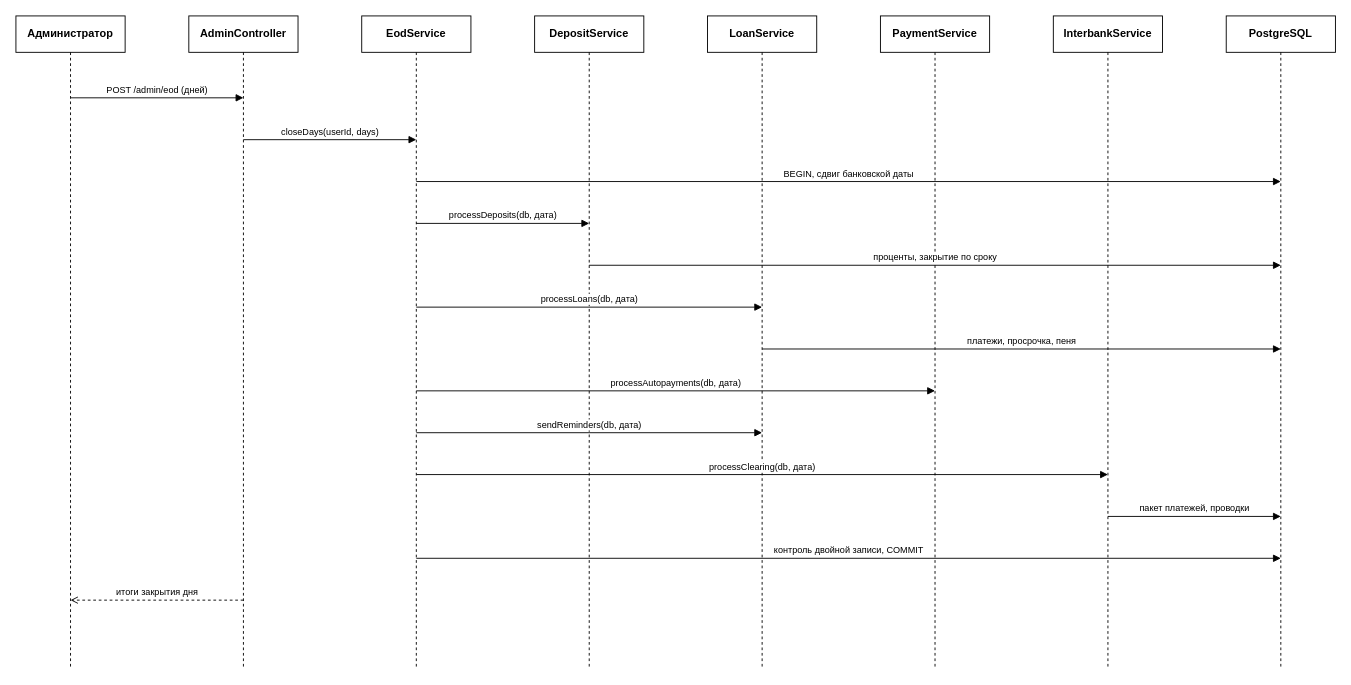
Above: page "Закрытие операционного дня" (3 of 3) of docs/diagrams/sequence.drawio in vladmeshkov/js-course-work (draw.io), before the change. Source tidied: cells renumbered, new cells numbered last; positions are measured from the earlier drawing's top-left corner, leaving out a move shared by most shapes. Both pictures are drawn from the tidied source at 91%, with x=0, y=0 at pixel (15, 15).
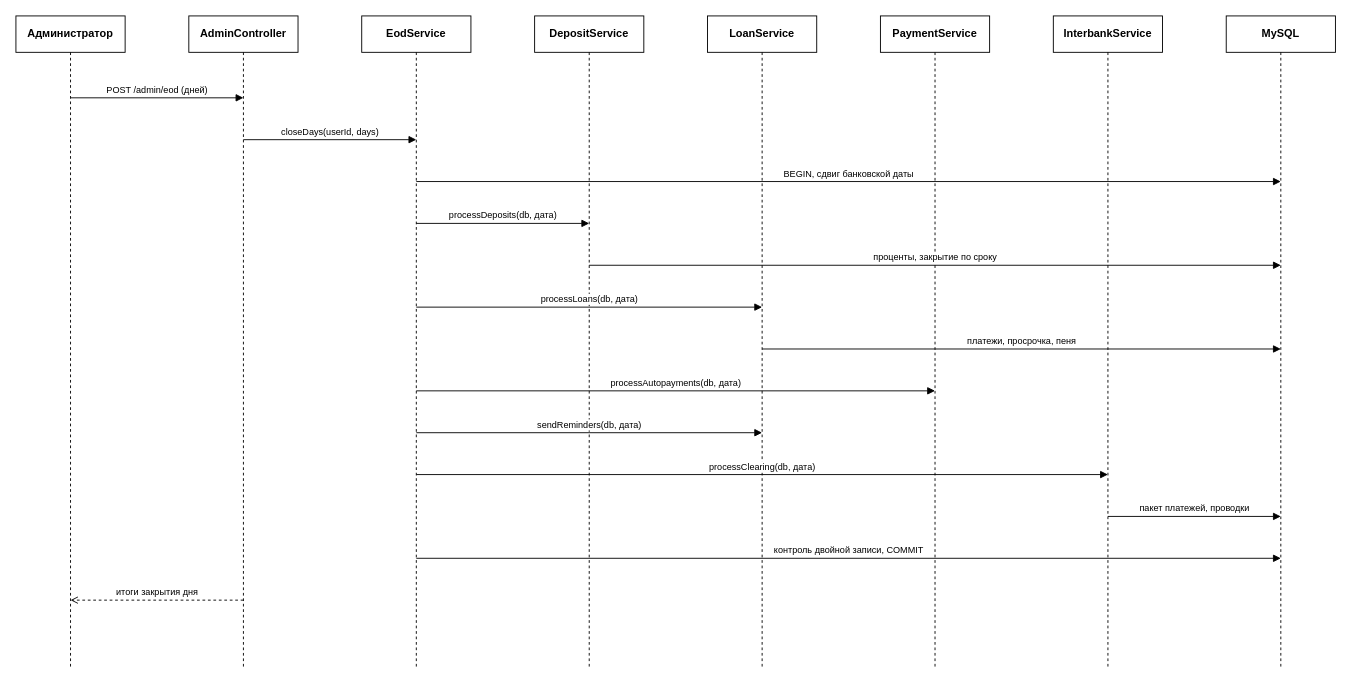
After the change.

Change to the diagram source:
```diff
@@
-    <mxCell id="9" value="PostgreSQL" style="shape=umlLifeline;perimeter=lifelinePerimeter;whiteSpace=wrap;html=1;fontStyle=1;" parent="1" vertex="1">
+    <mxCell id="9" value="MySQL" style="shape=umlLifeline;perimeter=lifelinePerimeter;whiteSpace=wrap;html=1;fontStyle=1;" parent="1" vertex="1">
       <mxGeometry x="1330" width="120" height="718" as="geometry" />
     </mxCell>
```
